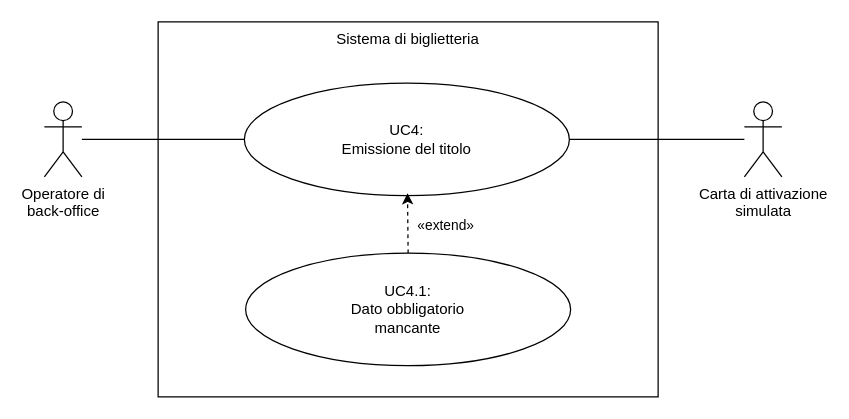
Earlier version of the draw.io diagram page "uc-4" (4 of 15) of img/diagrams/drawer.drawio (Leddosja/thesis-EdisHodja). Source tidied: cells renumbered, new cells numbered last; positions are measured from the earlier drawing's top-left corner, leaving out a move shared by most shapes. Both pictures are drawn from the tidied source at 125%, with x=0, y=0 at pixel (44, 21).
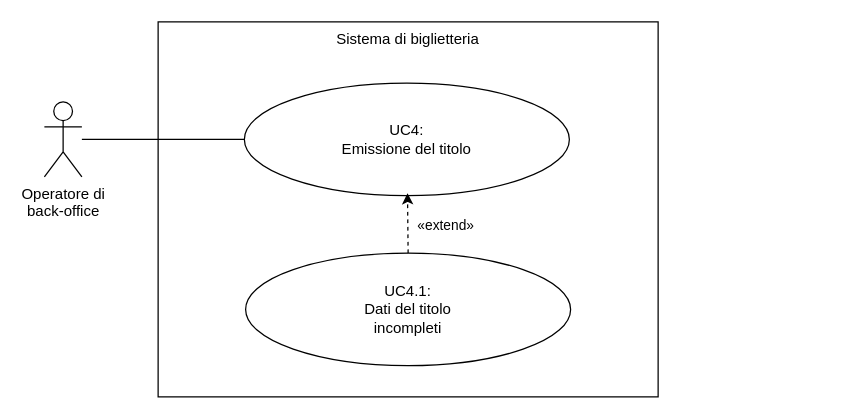
After the change.

Change to the diagram source:
```diff
@@
 <mxGraphModel background="#FFFFFF">
   <root>
     <mxCell id="0" />
     <mxCell id="1" parent="0" />
     <mxCell id="2" value="Sistema di biglietteria" style="rounded=0;whiteSpace=wrap;html=1;fillColor=default;verticalAlign=top;" parent="1" vertex="1">
       <mxGeometry x="91" width="400" height="300" as="geometry" />
     </mxCell>
     <mxCell id="3" value="UC4:&lt;br&gt;Emissione del titolo" style="ellipse;whiteSpace=wrap;html=1;rounded=0;strokeColor=default;align=center;verticalAlign=middle;fontFamily=Helvetica;fontSize=12;fontColor=default;fillColor=default;" parent="1" vertex="1">
       <mxGeometry x="160" y="49" width="260" height="90" as="geometry" />
     </mxCell>
     <mxCell id="4" style="edgeStyle=none;html=1;entryX=0;entryY=0.5;entryDx=0;entryDy=0;endArrow=none;endFill=0;" parent="1" edge="1" source="5" target="3">
       <mxGeometry relative="1" as="geometry" />
     </mxCell>
     <mxCell id="5" value="Operatore di&lt;br&gt;back-office" style="shape=umlActor;verticalLabelPosition=bottom;verticalAlign=top;html=1;rounded=0;strokeColor=default;align=center;fontFamily=Helvetica;fontSize=12;fontColor=default;fillColor=default;" parent="1" vertex="1">
       <mxGeometry y="64" width="30" height="60" as="geometry" />
     </mxCell>
-    <mxCell id="6" style="edgeStyle=none;html=1;entryX=1;entryY=0.5;entryDx=0;entryDy=0;endArrow=none;endFill=0;verticalAlign=middle;" parent="1" edge="1" source="7">
-      <mxGeometry relative="1" as="geometry">
-        <mxPoint x="420" y="94" as="targetPoint" />
-      </mxGeometry>
-    </mxCell>
-    <mxCell id="7" value="Carta di attivazione&lt;br&gt;simulata" style="shape=umlActor;verticalLabelPosition=bottom;verticalAlign=top;html=1;rounded=0;strokeColor=default;align=center;fontFamily=Helvetica;fontSize=12;fontColor=default;fillColor=default;" parent="1" vertex="1">
-      <mxGeometry x="560" y="64" width="30" height="60" as="geometry" />
-    </mxCell>
-    <mxCell id="8" value="UC4.1:&lt;br&gt;Dato obbligatorio&lt;br&gt;mancante" style="ellipse;whiteSpace=wrap;html=1;rounded=0;strokeColor=default;align=center;verticalAlign=middle;fontFamily=Helvetica;fontSize=12;fontColor=default;fillColor=default;" parent="1" vertex="1">
+    <mxCell id="8" value="UC4.1:&lt;br&gt;Dati del titolo&lt;br&gt;incompleti" style="ellipse;whiteSpace=wrap;html=1;rounded=0;strokeColor=default;align=center;verticalAlign=middle;fontFamily=Helvetica;fontSize=12;fontColor=default;fillColor=default;" parent="1" vertex="1">
       <mxGeometry x="161" y="185" width="260" height="90" as="geometry" />
     </mxCell>
     <mxCell id="9" style="edgeStyle=none;html=1;dashed=1;entryX=0.5;entryY=1;entryDx=0;entryDy=0;exitX=0.5;exitY=0;exitDx=0;exitDy=0;" parent="1" edge="1" source="8">
       <mxGeometry relative="1" as="geometry">
         <mxPoint x="290.5" y="137" as="targetPoint" />
       </mxGeometry>
     </mxCell>
     <mxCell id="10" value="&lt;span style=&quot;color: rgb(0, 0, 0);&quot;&gt;«extend»&lt;/span&gt;" style="edgeLabel;html=1;align=center;verticalAlign=middle;" parent="9" vertex="1">
       <mxGeometry x="-0.18" y="-2" relative="1" as="geometry">
         <mxPoint x="28" y="-2" as="offset" />
       </mxGeometry>
     </mxCell>
   </root>
 </mxGraphModel>
```
